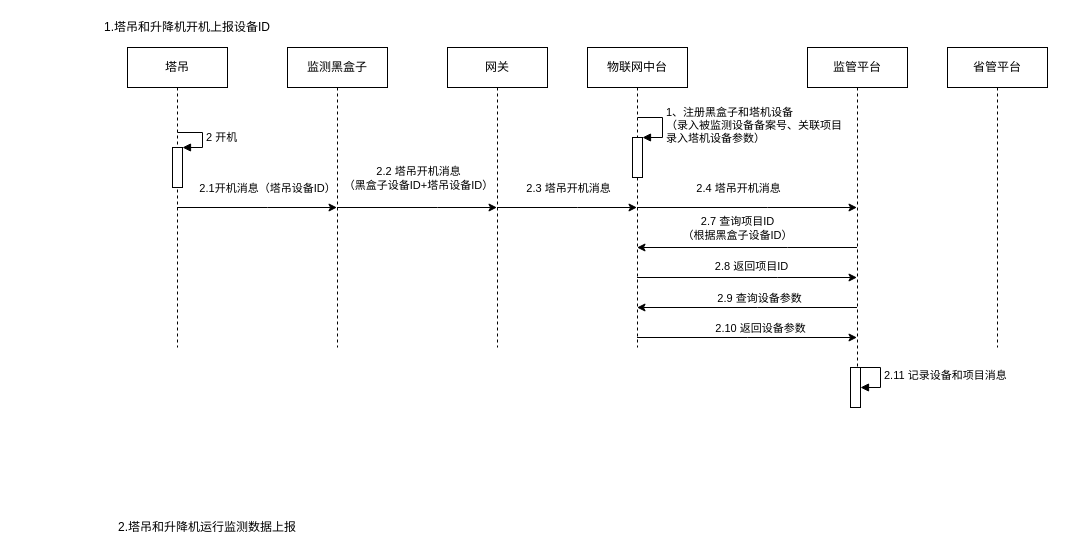
Earlier version of the draw.io diagram page "塔吊&升降机" (3 of 3) of 物场景.drawio (ZachChou-Product/model-design). Source tidied: cells renumbered, new cells numbered last; positions are measured from the earlier drawing's top-left corner, leaving out a move shared by most shapes. Both pictures are drawn from the tidied source at 100%, with x=0, y=0 at pixel (87, 17).
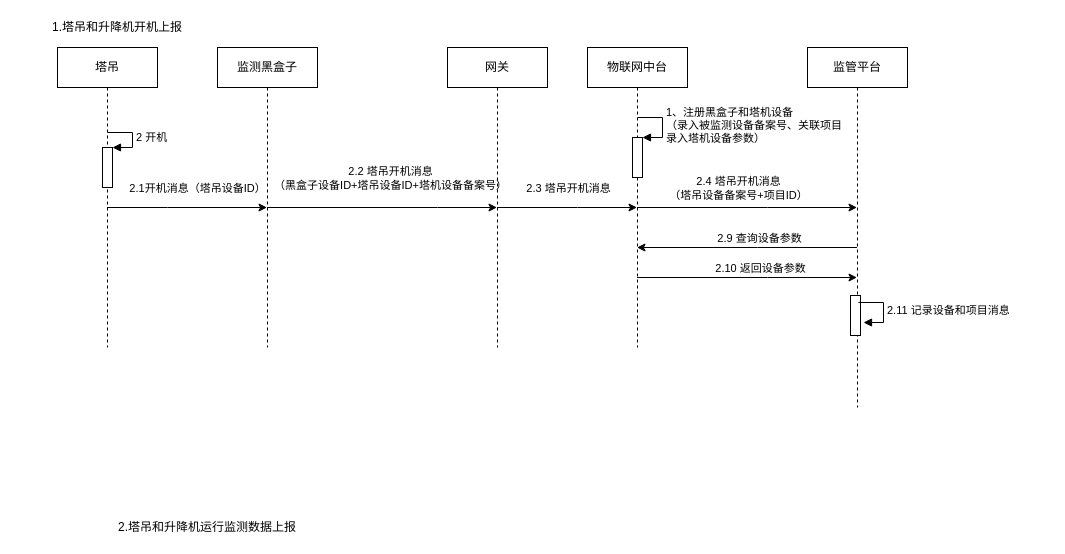
Above is the later version.

The change refers to these unchanged cells:
```xml
<mxCell id="7" style="edgeStyle=orthogonalEdgeStyle;rounded=0;jettySize=auto;html=1;" parent="1" edge="1" source="9" target="12">
  <mxGeometry relative="1" as="geometry">
    <Array as="points">
      <mxPoint x="350" y="190" />
      <mxPoint x="350" y="190" />
    </Array>
  </mxGeometry>
</mxCell>
<mxCell id="13" style="edgeStyle=orthogonalEdgeStyle;rounded=0;jettySize=auto;html=1;" parent="1" edge="1" source="19" target="26">
  <mxGeometry relative="1" as="geometry">
    <Array as="points">
      <mxPoint x="680" y="190" />
      <mxPoint x="680" y="190" />
    </Array>
  </mxGeometry>
</mxCell>
<mxCell id="19" value="物联网中台" style="shape=umlLifeline;perimeter=lifelinePerimeter;whiteSpace=wrap;html=1;outlineConnect=0;" parent="1" vertex="1">
  <mxGeometry x="500" y="30" width="100" height="300" as="geometry" />
</mxCell>
<mxCell id="26" value="监管平台" style="shape=umlLifeline;perimeter=lifelinePerimeter;whiteSpace=wrap;html=1;outlineConnect=0;" parent="1" vertex="1">
  <mxGeometry x="720" y="30" width="100" height="360" as="geometry" />
</mxCell>
```

The edit, as a diff of the source:
```diff
@@
     <mxCell id="2" style="edgeStyle=orthogonalEdgeStyle;rounded=0;jettySize=auto;html=1;" parent="1" edge="1" source="4" target="9">
       <mxGeometry relative="1" as="geometry">
         <Array as="points">
-          <mxPoint x="180" y="190" />
-          <mxPoint x="180" y="190" />
+          <mxPoint x="80" y="190" />
+          <mxPoint x="80" y="190" />
         </Array>
       </mxGeometry>
     </mxCell>
@@
     <mxCell id="4" value="塔吊" style="shape=umlLifeline;perimeter=lifelinePerimeter;whiteSpace=wrap;html=1;outlineConnect=0;" parent="1" vertex="1">
-      <mxGeometry x="40" y="30" width="100" height="300" as="geometry" />
+      <mxGeometry x="-30" y="30" width="100" height="300" as="geometry" />
     </mxCell>
@@
-    <mxCell id="8" value="&lt;div&gt;2.2 塔吊开机消息&lt;/div&gt;&lt;div&gt;（黑盒子设备ID+塔吊设备ID）&lt;/div&gt;" style="edgeLabel;html=1;align=center;verticalAlign=middle;" parent="7" vertex="1">
+    <mxCell id="8" value="&lt;div&gt;2.2 塔吊开机消息&lt;/div&gt;&lt;div&gt;（黑盒子设备ID+塔吊设备ID+塔机设备备案号）&lt;/div&gt;" style="edgeLabel;html=1;align=center;verticalAlign=middle;" parent="7" vertex="1">
       <mxGeometry x="-0.09" y="-1" relative="1" as="geometry">
-        <mxPoint x="7.5" y="-31" as="offset" />
+        <mxPoint x="17.5" y="-31" as="offset" />
       </mxGeometry>
     </mxCell>
     <mxCell id="9" value="监测黑盒子" style="shape=umlLifeline;perimeter=lifelinePerimeter;whiteSpace=wrap;html=1;outlineConnect=0;" parent="1" vertex="1">
-      <mxGeometry x="200" y="30" width="100" height="300" as="geometry" />
+      <mxGeometry x="130" y="30" width="100" height="300" as="geometry" />
     </mxCell>
@@
-    <mxCell id="14" value="2.4 塔吊开机消息" style="edgeLabel;html=1;align=center;verticalAlign=middle;" parent="13" vertex="1">
+    <mxCell id="14" value="&lt;div&gt;2.4 塔吊开机消息&lt;/div&gt;&lt;div&gt;（塔吊设备备案号+项目ID）&lt;br&gt;&lt;/div&gt;" style="edgeLabel;html=1;align=center;verticalAlign=middle;" parent="13" vertex="1">
       <mxGeometry x="0.01" y="-3" relative="1" as="geometry">
         <mxPoint x="-10.5" y="-23" as="offset" />
       </mxGeometry>
     </mxCell>
-    <mxCell id="15" style="edgeStyle=orthogonalEdgeStyle;rounded=0;jettySize=auto;html=1;" parent="1" edge="1" source="19" target="26">
-      <mxGeometry relative="1" as="geometry">
-        <Array as="points">
-          <mxPoint x="690" y="260" />
-          <mxPoint x="690" y="260" />
-        </Array>
-      </mxGeometry>
-    </mxCell>
-    <mxCell id="16" value="2.8 返回项目ID" style="edgeLabel;html=1;align=center;verticalAlign=middle;" parent="15" vertex="1">
-      <mxGeometry x="0.13" y="-22" relative="1" as="geometry">
-        <mxPoint x="-10.5" y="-34" as="offset" />
-      </mxGeometry>
-    </mxCell>
     <mxCell id="17" style="edgeStyle=orthogonalEdgeStyle;rounded=0;jettySize=auto;html=1;" parent="1" edge="1" source="19" target="26">
       <mxGeometry relative="1" as="geometry">
         <Array as="points">
-          <mxPoint x="660" y="320" />
-          <mxPoint x="660" y="320" />
+          <mxPoint x="680" y="260" />
+          <mxPoint x="680" y="260" />
         </Array>
       </mxGeometry>
     </mxCell>
@@
-    <mxCell id="22" style="edgeStyle=orthogonalEdgeStyle;rounded=0;jettySize=auto;html=1;" parent="1" edge="1" source="26" target="19">
-      <mxGeometry relative="1" as="geometry">
-        <Array as="points">
-          <mxPoint x="700" y="230" />
-          <mxPoint x="700" y="230" />
-        </Array>
-      </mxGeometry>
-    </mxCell>
-    <mxCell id="23" value="&lt;div&gt;2.7 查询项目ID&lt;/div&gt;&lt;div&gt;（根据黑盒子设备ID）&lt;br&gt;&lt;/div&gt;" style="edgeLabel;html=1;align=center;verticalAlign=middle;" parent="22" vertex="1">
-      <mxGeometry x="0.36" relative="1" as="geometry">
-        <mxPoint x="29.5" y="-20" as="offset" />
-      </mxGeometry>
-    </mxCell>
     <mxCell id="24" style="edgeStyle=orthogonalEdgeStyle;rounded=0;jettySize=auto;html=1;" parent="1" edge="1" source="26" target="19">
       <mxGeometry relative="1" as="geometry">
         <Array as="points">
-          <mxPoint x="670" y="290" />
-          <mxPoint x="670" y="290" />
+          <mxPoint x="670" y="230" />
+          <mxPoint x="670" y="230" />
         </Array>
       </mxGeometry>
     </mxCell>
@@
     <mxCell id="27" style="html=1;perimeter=orthogonalPerimeter;" parent="26" vertex="1">
-      <mxGeometry x="43" y="320" width="10" height="40" as="geometry" />
+      <mxGeometry x="43" y="248" width="10" height="40" as="geometry" />
     </mxCell>
     <mxCell id="28" value="2.11 记录设备和项目消息" style="edgeStyle=orthogonalEdgeStyle;html=1;align=left;spacingLeft=2;endArrow=block;rounded=0;" parent="26" edge="1">
       <mxGeometry relative="1" as="geometry">
-        <mxPoint x="48" y="320" as="sourcePoint" />
-        <mxPoint x="53" y="340" as="targetPoint" />
+        <mxPoint x="51" y="255" as="sourcePoint" />
+        <mxPoint x="56" y="275" as="targetPoint" />
         <Array as="points">
-          <mxPoint x="73" y="320" />
-          <mxPoint x="73" y="340" />
+          <mxPoint x="76" y="255" />
+          <mxPoint x="76" y="275" />
         </Array>
       </mxGeometry>
     </mxCell>
-    <mxCell id="29" value="省管平台" style="shape=umlLifeline;perimeter=lifelinePerimeter;whiteSpace=wrap;html=1;" parent="1" vertex="1">
-      <mxGeometry x="860" y="30" width="100" height="300" as="geometry" />
-    </mxCell>
-    <mxCell id="30" value="1.塔吊和升降机开机上报设备ID" style="text;html=1;strokeColor=none;fillColor=none;align=center;verticalAlign=middle;whiteSpace=wrap;rounded=0;" parent="1" vertex="1">
-      <mxGeometry width="200" height="20" as="geometry" />
+    <mxCell id="30" value="1.塔吊和升降机开机上报" style="text;html=1;strokeColor=none;fillColor=none;align=center;verticalAlign=middle;whiteSpace=wrap;rounded=0;" parent="1" vertex="1">
+      <mxGeometry x="-70" width="200" height="20" as="geometry" />
     </mxCell>
```
